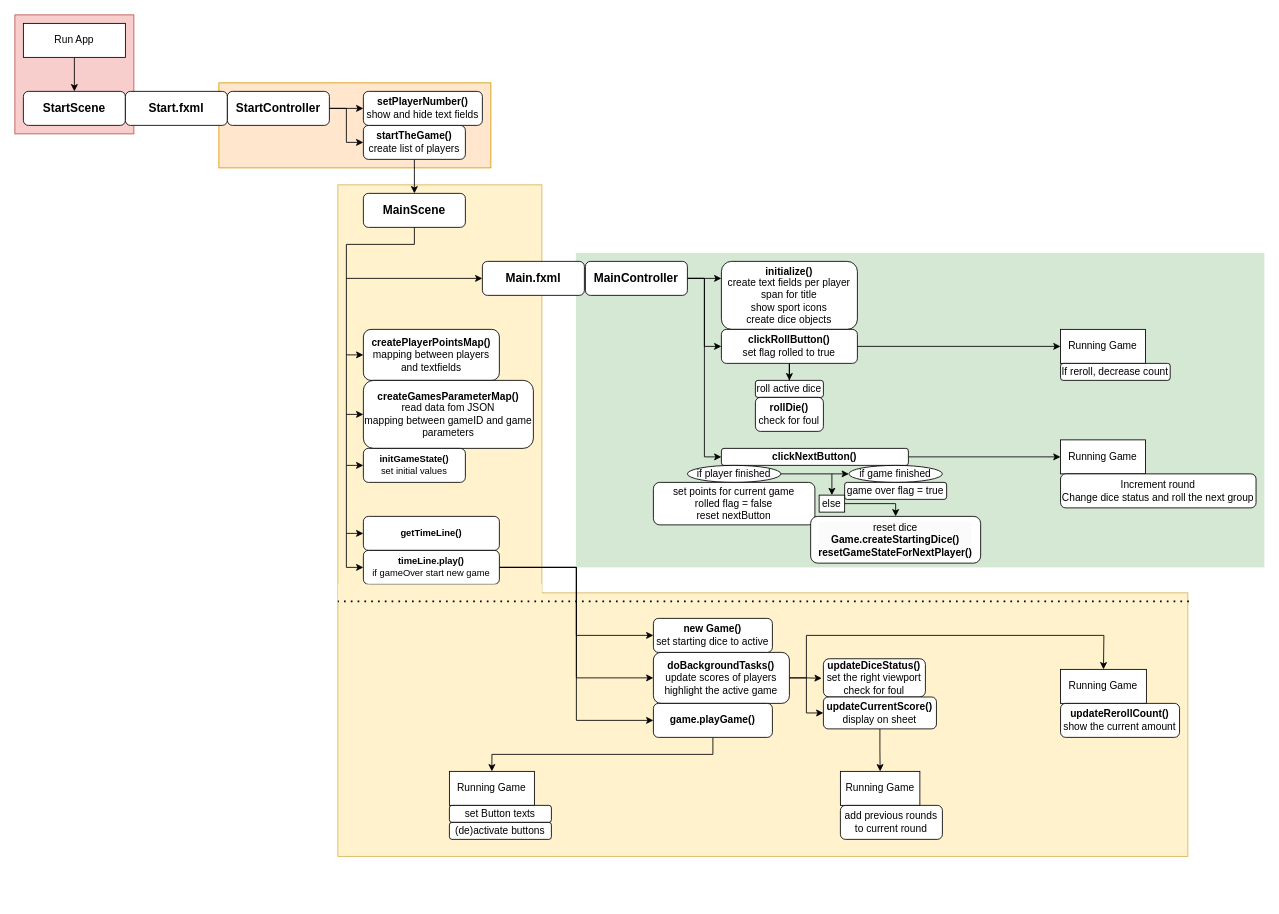
The draw.io diagram src/main/resources/Flow.drawio in MarcoSeibert/Decathlon, before the edit. Source tidied: cells renumbered, new cells numbered last; positions are measured from the earlier drawing's top-left corner, leaving out a move shared by most shapes. Both pictures are drawn from the tidied source at 85%, with x=0, y=0 at pixel (14, 14).
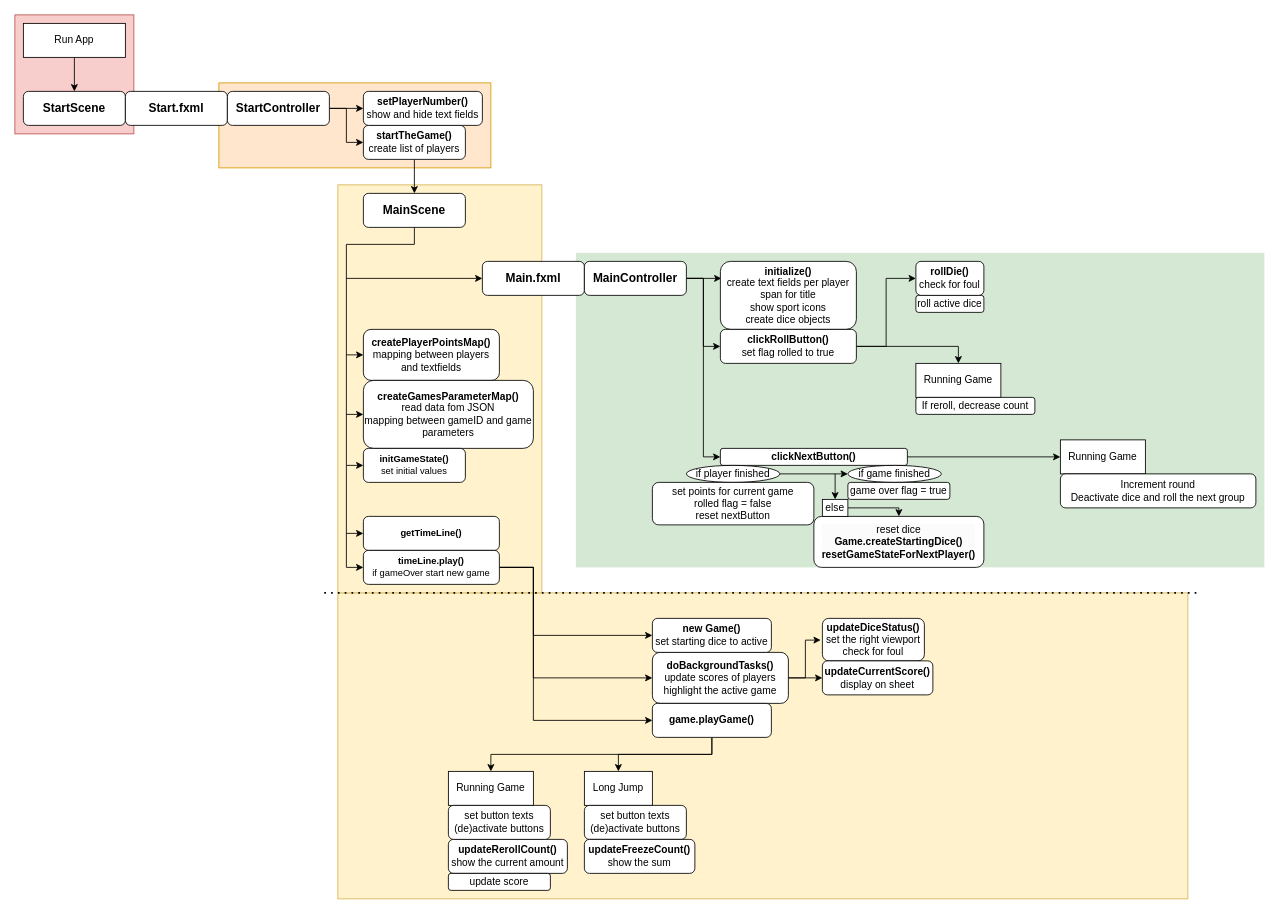
Above is the later version.

The change refers to these unchanged cells:
```xml
<mxCell id="32" value="timeLine.play()&lt;div&gt;&lt;span style=&quot;font-weight: 400;&quot;&gt;if gameOver start new game&lt;/span&gt;&lt;/div&gt;" style="rounded=1;whiteSpace=wrap;html=1;fontSize=11;fontStyle=1;" parent="1" vertex="1">
  <mxGeometry x="410" y="630" width="160" height="40" as="geometry" />
</mxCell>
```

The edit, as a diff of the source:
```diff
@@
     <mxCell id="2" style="whiteSpace=wrap;html=1;strokeColor=#d6b656;fillColor=#fff2cc;" parent="1" vertex="1">
-      <mxGeometry x="380" y="680" width="1000" height="310" as="geometry" />
+      <mxGeometry x="380" y="680" width="1000" height="360" as="geometry" />
     </mxCell>
@@
     <mxCell id="22" value="&lt;h3&gt;MainController&lt;/h3&gt;" style="rounded=1;whiteSpace=wrap;html=1;" parent="1" vertex="1">
-      <mxGeometry x="671.2" y="290" width="120" height="40" as="geometry" />
+      <mxGeometry x="670" y="290" width="120" height="40" as="geometry" />
     </mxCell>
@@
     <mxCell id="29" style="edgeStyle=orthogonalEdgeStyle;rounded=0;jettySize=auto;html=1;entryX=0;entryY=0.5;entryDx=0;entryDy=0;exitX=1;exitY=0.5;exitDx=0;exitDy=0;" parent="1" edge="1" source="32" target="45">
-      <mxGeometry relative="1" as="geometry" />
+      <mxGeometry relative="1" as="geometry">
+        <Array as="points">
+          <mxPoint x="610" y="650" />
+          <mxPoint x="610" y="730" />
+        </Array>
+      </mxGeometry>
     </mxCell>
     <mxCell id="30" style="edgeStyle=orthogonalEdgeStyle;rounded=0;jettySize=auto;html=1;entryX=0;entryY=0.5;entryDx=0;entryDy=0;exitX=1;exitY=0.5;exitDx=0;exitDy=0;" parent="1" edge="1" source="32" target="44">
-      <mxGeometry relative="1" as="geometry" />
+      <mxGeometry relative="1" as="geometry">
+        <Array as="points">
+          <mxPoint x="610" y="650" />
+          <mxPoint x="610" y="780" />
+        </Array>
+      </mxGeometry>
     </mxCell>
     <mxCell id="31" style="edgeStyle=orthogonalEdgeStyle;rounded=0;jettySize=auto;html=1;entryX=0;entryY=0.5;entryDx=0;entryDy=0;exitX=1;exitY=0.5;exitDx=0;exitDy=0;" parent="1" edge="1" source="32" target="47">
-      <mxGeometry relative="1" as="geometry" />
+      <mxGeometry relative="1" as="geometry">
+        <Array as="points">
+          <mxPoint x="610" y="650" />
+          <mxPoint x="610" y="830" />
+        </Array>
+      </mxGeometry>
     </mxCell>
@@
     <mxCell id="38" value="&lt;b&gt;initialize()&lt;/b&gt;&lt;br&gt;create text fields per player&lt;br&gt;span for title&lt;br&gt;show sport icons&lt;div&gt;create dice objects&lt;/div&gt;" style="rounded=1;whiteSpace=wrap;html=1;spacing=0;" parent="1" vertex="1">
-      <mxGeometry x="831.2" y="290" width="160" height="80" as="geometry" />
+      <mxGeometry x="830" y="290" width="160" height="80" as="geometry" />
     </mxCell>
-    <mxCell id="39" style="edgeStyle=orthogonalEdgeStyle;rounded=0;jettySize=auto;html=1;" parent="1" edge="1" source="41" target="50">
+    <mxCell id="39" style="edgeStyle=orthogonalEdgeStyle;rounded=0;jettySize=auto;html=1;entryX=0.5;entryY=0;entryDx=0;entryDy=0;" parent="1" edge="1" source="41" target="50">
       <mxGeometry relative="1" as="geometry" />
     </mxCell>
-    <mxCell id="40" style="edgeStyle=orthogonalEdgeStyle;rounded=0;jettySize=auto;html=1;entryX=0.5;entryY=0;entryDx=0;entryDy=0;" parent="1" edge="1" source="41" target="57">
+    <mxCell id="40" style="edgeStyle=orthogonalEdgeStyle;rounded=0;jettySize=auto;html=1;entryX=0;entryY=0.5;entryDx=0;entryDy=0;" parent="1" edge="1" source="41" target="58">
       <mxGeometry relative="1" as="geometry" />
     </mxCell>
     <mxCell id="41" value="&lt;b&gt;clickRollButton()&lt;/b&gt;&lt;br&gt;set flag rolled to true" style="rounded=1;whiteSpace=wrap;html=1;spacing=0;" parent="1" vertex="1">
-      <mxGeometry x="831.2" y="370" width="160" height="40" as="geometry" />
+      <mxGeometry x="830" y="370" width="160" height="40" as="geometry" />
     </mxCell>
@@
     <mxCell id="44" value="doBackgroundTasks()&lt;div&gt;&lt;span style=&quot;font-weight: 400;&quot;&gt;update scores of players&lt;/span&gt;&lt;/div&gt;&lt;div&gt;&lt;span style=&quot;font-weight: 400;&quot;&gt;highlight the active game&lt;/span&gt;&lt;/div&gt;" style="rounded=1;whiteSpace=wrap;html=1;fontStyle=1;" parent="1" vertex="1">
-      <mxGeometry x="751.2" y="750" width="160" height="60" as="geometry" />
+      <mxGeometry x="750" y="750" width="160" height="60" as="geometry" />
     </mxCell>
     <mxCell id="45" value="new Game()&lt;div&gt;&lt;span style=&quot;font-weight: normal;&quot;&gt;set starting dice to active&lt;/span&gt;&lt;/div&gt;" style="rounded=1;whiteSpace=wrap;html=1;fontStyle=1;" parent="1" vertex="1">
-      <mxGeometry x="751.2" y="710" width="140" height="40" as="geometry" />
+      <mxGeometry x="750" y="710" width="140" height="40" as="geometry" />
     </mxCell>
     <mxCell id="46" style="edgeStyle=orthogonalEdgeStyle;rounded=0;jettySize=auto;html=1;entryX=0.5;entryY=0;entryDx=0;entryDy=0;" parent="1" edge="1" source="47" target="49">
       <mxGeometry relative="1" as="geometry">
         <Array as="points">
-          <mxPoint x="821.2" y="870" />
-          <mxPoint x="561.2" y="870" />
+          <mxPoint x="820" y="870" />
+          <mxPoint x="560" y="870" />
         </Array>
       </mxGeometry>
     </mxCell>
+    <mxCell id="81" style="edgeStyle=orthogonalEdgeStyle;rounded=0;jettySize=auto;html=1;entryX=0.5;entryY=0;entryDx=0;entryDy=0;" parent="1" edge="1" source="47" target="82">
+      <mxGeometry relative="1" as="geometry" />
+    </mxCell>
     <mxCell id="47" value="game.playGame()" style="rounded=1;whiteSpace=wrap;html=1;fontStyle=1;" parent="1" vertex="1">
-      <mxGeometry x="751.2" y="810" width="140" height="40" as="geometry" />
+      <mxGeometry x="750" y="810" width="140" height="40" as="geometry" />
     </mxCell>
     <mxCell id="48" value="&lt;b&gt;updateDiceStatus()&lt;/b&gt;&lt;div&gt;set the right viewport&lt;/div&gt;&lt;div&gt;check for foul&lt;/div&gt;" style="rounded=1;whiteSpace=wrap;html=1;" parent="1" vertex="1">
-      <mxGeometry x="951.2" y="757.5" width="120" height="45" as="geometry" />
+      <mxGeometry x="950" y="710" width="120" height="50" as="geometry" />
     </mxCell>
     <mxCell id="49" value="Running Game" style="rounded=0;whiteSpace=wrap;html=1;" parent="1" vertex="1">
-      <mxGeometry x="511.2" y="890" width="100" height="40" as="geometry" />
+      <mxGeometry x="510" y="890" width="100" height="40" as="geometry" />
     </mxCell>
     <mxCell id="50" value="Running Game" style="rounded=0;whiteSpace=wrap;html=1;" parent="1" vertex="1">
-      <mxGeometry x="1230.2" y="370" width="100" height="40" as="geometry" />
+      <mxGeometry x="1060" y="410" width="100" height="40" as="geometry" />
     </mxCell>
     <mxCell id="51" value="If reroll, decrease count" style="rounded=1;whiteSpace=wrap;html=1;" parent="1" vertex="1">
-      <mxGeometry x="1230.2" y="410" width="129" height="20" as="geometry" />
+      <mxGeometry x="1060" y="450" width="140" height="20" as="geometry" />
     </mxCell>
-    <mxCell id="52" style="endArrow=none;html=1;rounded=0;startFill=0;" parent="1" edge="1">
-      <mxGeometry relative="1" as="geometry">
-        <mxPoint x="931.2" y="730" as="sourcePoint" />
-        <mxPoint x="1281.2" y="730" as="targetPoint" />
-      </mxGeometry>
-    </mxCell>
-    <mxCell id="53" value="Running Game" style="rounded=0;whiteSpace=wrap;html=1;" parent="1" vertex="1">
-      <mxGeometry x="1230.2" y="770" width="101" height="40" as="geometry" />
-    </mxCell>
     <mxCell id="54" value="&lt;b&gt;updateRerollCount()&lt;/b&gt;&lt;div&gt;show the current amount&lt;/div&gt;" style="rounded=1;whiteSpace=wrap;html=1;" parent="1" vertex="1">
-      <mxGeometry x="1230.2" y="810" width="140" height="40" as="geometry" />
+      <mxGeometry x="510" y="970" width="140" height="40" as="geometry" />
     </mxCell>
-    <mxCell id="55" value="set Button texts" style="rounded=1;whiteSpace=wrap;html=1;" parent="1" vertex="1">
-      <mxGeometry x="511.2" y="930" width="120" height="20" as="geometry" />
-    </mxCell>
-    <mxCell id="56" value="(de)activate buttons" style="rounded=1;whiteSpace=wrap;html=1;" parent="1" vertex="1">
-      <mxGeometry x="511.2" y="950" width="120" height="20" as="geometry" />
-    </mxCell>
     <mxCell id="57" value="roll active dice" style="rounded=1;whiteSpace=wrap;html=1;" parent="1" vertex="1">
-      <mxGeometry x="871.2" y="430" width="80" height="20" as="geometry" />
+      <mxGeometry x="1060" y="330" width="80" height="20" as="geometry" />
     </mxCell>
     <mxCell id="58" value="&lt;b&gt;rollDie()&lt;/b&gt;&lt;div&gt;check for foul&lt;/div&gt;" style="rounded=1;whiteSpace=wrap;html=1;" parent="1" vertex="1">
-      <mxGeometry x="871.2" y="450" width="80" height="40" as="geometry" />
+      <mxGeometry x="1060" y="290" width="80" height="40" as="geometry" />
     </mxCell>
-    <mxCell id="59" style="edgeStyle=orthogonalEdgeStyle;rounded=0;jettySize=auto;html=1;entryX=0.5;entryY=0;entryDx=0;entryDy=0;" parent="1" edge="1" source="60" target="63">
-      <mxGeometry relative="1" as="geometry" />
-    </mxCell>
     <mxCell id="60" value="&lt;b&gt;updateCurrentScore()&lt;/b&gt;&lt;div&gt;display on sheet&lt;/div&gt;" style="rounded=1;whiteSpace=wrap;html=1;" parent="1" vertex="1">
-      <mxGeometry x="951.2" y="802.5" width="133" height="37.5" as="geometry" />
+      <mxGeometry x="950" y="760" width="130" height="40" as="geometry" />
     </mxCell>
@@
-    <mxCell id="62" style="endArrow=none;html=1;rounded=0;" parent="1" edge="1">
-      <mxGeometry relative="1" as="geometry">
-        <mxPoint x="931.2" y="780" as="sourcePoint" />
-        <mxPoint x="931.2" y="730" as="targetPoint" />
-      </mxGeometry>
-    </mxCell>
-    <mxCell id="63" value="Running Game" style="rounded=0;whiteSpace=wrap;html=1;" parent="1" vertex="1">
-      <mxGeometry x="971.2" y="890" width="93.5" height="40" as="geometry" />
-    </mxCell>
-    <mxCell id="64" value="add previous rounds&lt;div&gt;to current round&lt;/div&gt;" style="rounded=1;whiteSpace=wrap;html=1;" parent="1" vertex="1">
-      <mxGeometry x="971.2" y="930" width="120" height="40" as="geometry" />
+    <mxCell id="64" value="update score" style="rounded=1;whiteSpace=wrap;html=1;" parent="1" vertex="1">
+      <mxGeometry x="510" y="1010" width="120" height="20" as="geometry" />
     </mxCell>
@@
     <mxCell id="66" value="&lt;b&gt;clickNextButton()&lt;/b&gt;" style="rounded=1;whiteSpace=wrap;html=1;spacing=0;" parent="1" vertex="1">
-      <mxGeometry x="831.2" y="510" width="220" height="20" as="geometry" />
+      <mxGeometry x="830" y="510" width="220" height="20" as="geometry" />
     </mxCell>
     <mxCell id="67" value="Running Game" style="rounded=0;whiteSpace=wrap;html=1;" parent="1" vertex="1">
-      <mxGeometry x="1230.2" y="500" width="100" height="40" as="geometry" />
+      <mxGeometry x="1230" y="500" width="100" height="40" as="geometry" />
     </mxCell>
-    <mxCell id="68" style="endArrow=classic;html=1;rounded=0;entryX=0.5;entryY=0;entryDx=0;entryDy=0;" parent="1" edge="1" target="53">
-      <mxGeometry relative="1" as="geometry">
-        <mxPoint x="1281.2" y="730" as="sourcePoint" />
-      </mxGeometry>
-    </mxCell>
-    <mxCell id="69" value="Increment round&lt;br&gt;Change dice status and roll the next group" style="rounded=1;whiteSpace=wrap;html=1;" parent="1" vertex="1">
-      <mxGeometry x="1230.2" y="540" width="230" height="40" as="geometry" />
+    <mxCell id="69" value="Increment round&lt;br&gt;Deactivate dice and roll the next group" style="rounded=1;whiteSpace=wrap;html=1;" parent="1" vertex="1">
+      <mxGeometry x="1230" y="540" width="230" height="40" as="geometry" />
     </mxCell>
@@
     <mxCell id="71" value="if player finished" style="ellipse;whiteSpace=wrap;html=1;" parent="1" vertex="1">
-      <mxGeometry x="791.2" y="530" width="110" height="20" as="geometry" />
+      <mxGeometry x="790" y="530" width="110" height="20" as="geometry" />
     </mxCell>
     <mxCell id="72" value="if game finished" style="ellipse;whiteSpace=wrap;html=1;" parent="1" vertex="1">
-      <mxGeometry x="981.2" y="530" width="110" height="20" as="geometry" />
+      <mxGeometry x="980" y="530" width="110" height="20" as="geometry" />
     </mxCell>
     <mxCell id="73" value="set points for current game&lt;div&gt;rolled flag = false&lt;/div&gt;&lt;div&gt;reset nextButton&lt;/div&gt;" style="rounded=1;whiteSpace=wrap;html=1;" parent="1" vertex="1">
-      <mxGeometry x="751.2" y="550" width="190" height="50" as="geometry" />
+      <mxGeometry x="750" y="550" width="190" height="50" as="geometry" />
     </mxCell>
     <mxCell id="74" value="&lt;div&gt;game over flag = true&lt;/div&gt;" style="rounded=1;whiteSpace=wrap;html=1;" parent="1" vertex="1">
-      <mxGeometry x="976.2" y="550" width="120" height="20" as="geometry" />
+      <mxGeometry x="980" y="550" width="120" height="20" as="geometry" />
     </mxCell>
     <mxCell id="75" value="&lt;div style=&quot;forced-color-adjust: none; color: rgb(0, 0, 0); font-family: Helvetica; font-size: 12px; font-style: normal; font-variant-ligatures: normal; font-variant-caps: normal; font-weight: 400; letter-spacing: normal; orphans: 2; text-align: center; text-indent: 0px; text-transform: none; widows: 2; word-spacing: 0px; -webkit-text-stroke-width: 0px; white-space: normal; background-color: rgb(251, 251, 251); text-decoration-thickness: initial; text-decoration-style: initial; text-decoration-color: initial;&quot;&gt;reset dice&lt;/div&gt;&lt;div style=&quot;forced-color-adjust: none; color: rgb(0, 0, 0); font-family: Helvetica; font-size: 12px; font-style: normal; font-variant-ligatures: normal; font-variant-caps: normal; letter-spacing: normal; orphans: 2; text-align: center; text-indent: 0px; text-transform: none; widows: 2; word-spacing: 0px; -webkit-text-stroke-width: 0px; white-space: normal; background-color: rgb(251, 251, 251); text-decoration-thickness: initial; text-decoration-style: initial; text-decoration-color: initial;&quot;&gt;&lt;b&gt;Game.createStartingDice()&lt;/b&gt;&lt;/div&gt;&lt;div style=&quot;forced-color-adjust: none; color: rgb(0, 0, 0); font-family: Helvetica; font-size: 12px; font-style: normal; font-variant-ligatures: normal; font-variant-caps: normal; font-weight: 400; letter-spacing: normal; orphans: 2; text-align: center; text-indent: 0px; text-transform: none; widows: 2; word-spacing: 0px; -webkit-text-stroke-width: 0px; white-space: normal; background-color: rgb(251, 251, 251); text-decoration-thickness: initial; text-decoration-style: initial; text-decoration-color: initial;&quot;&gt;&lt;b style=&quot;forced-color-adjust: none;&quot;&gt;resetGameStateForNextPlayer()&lt;/b&gt;&lt;/div&gt;" style="rounded=1;whiteSpace=wrap;html=1;" parent="1" vertex="1">
-      <mxGeometry x="936.2" y="590" width="200" height="55" as="geometry" />
+      <mxGeometry x="940" y="590" width="200" height="60" as="geometry" />
     </mxCell>
     <mxCell id="76" style="endArrow=classic;html=1;rounded=0;entryX=0.5;entryY=0;entryDx=0;entryDy=0;" parent="1" edge="1" source="78" target="75">
       <mxGeometry relative="1" as="geometry">
         <Array as="points">
-          <mxPoint x="1036.2" y="575" />
+          <mxPoint x="1040" y="580" />
         </Array>
       </mxGeometry>
     </mxCell>
     <mxCell id="77" style="endArrow=classic;html=1;rounded=0;entryX=0.5;entryY=0;entryDx=0;entryDy=0;" parent="1" edge="1" target="78">
       <mxGeometry relative="1" as="geometry">
-        <mxPoint x="961.2" y="540" as="sourcePoint" />
+        <mxPoint x="965" y="540" as="sourcePoint" />
       </mxGeometry>
     </mxCell>
     <mxCell id="78" value="else" style="text;html=1;align=center;verticalAlign=middle;whiteSpace=wrap;rounded=0;fillColor=default;strokeColor=default;" parent="1" vertex="1">
-      <mxGeometry x="946.2" y="565" width="30" height="20" as="geometry" />
+      <mxGeometry x="950" y="570" width="30" height="20" as="geometry" />
     </mxCell>
-    <mxCell id="79" style="rounded=0;whiteSpace=wrap;html=1;fillColor=#fff2cc;strokeColor=none;" parent="1" vertex="1">
-      <mxGeometry x="380" y="670" width="240" height="20" as="geometry" />
-    </mxCell>
     <mxCell id="80" style="endArrow=none;dashed=1;html=1;dashPattern=1 3;strokeWidth=2;rounded=0;" parent="1" edge="1">
       <mxGeometry relative="1" as="geometry">
-        <mxPoint x="1381.2" y="690" as="sourcePoint" />
-        <mxPoint x="380" y="690" as="targetPoint" />
+        <mxPoint x="1390" y="680" as="sourcePoint" />
+        <mxPoint x="360" y="680" as="targetPoint" />
       </mxGeometry>
     </mxCell>
+    <mxCell id="82" value="Long Jump" style="rounded=0;whiteSpace=wrap;html=1;" parent="1" vertex="1">
+      <mxGeometry x="670" y="890" width="80" height="40" as="geometry" />
+    </mxCell>
+    <mxCell id="83" value="set button texts&lt;div&gt;(de)activate buttons&lt;/div&gt;" style="rounded=1;whiteSpace=wrap;html=1;" parent="1" vertex="1">
+      <mxGeometry x="670" y="930" width="120" height="40" as="geometry" />
+    </mxCell>
+    <mxCell id="84" value="set button texts&lt;div&gt;(de)activate buttons&lt;/div&gt;" style="rounded=1;whiteSpace=wrap;html=1;" parent="1" vertex="1">
+      <mxGeometry x="510" y="930" width="120" height="40" as="geometry" />
+    </mxCell>
+    <mxCell id="85" value="&lt;div&gt;&lt;b&gt;updateFreezeCount()&lt;/b&gt;&lt;/div&gt;&lt;div&gt;show the sum&lt;/div&gt;" style="rounded=1;whiteSpace=wrap;html=1;" parent="1" vertex="1">
+      <mxGeometry x="670" y="970" width="130" height="40" as="geometry" />
+    </mxCell>
```
